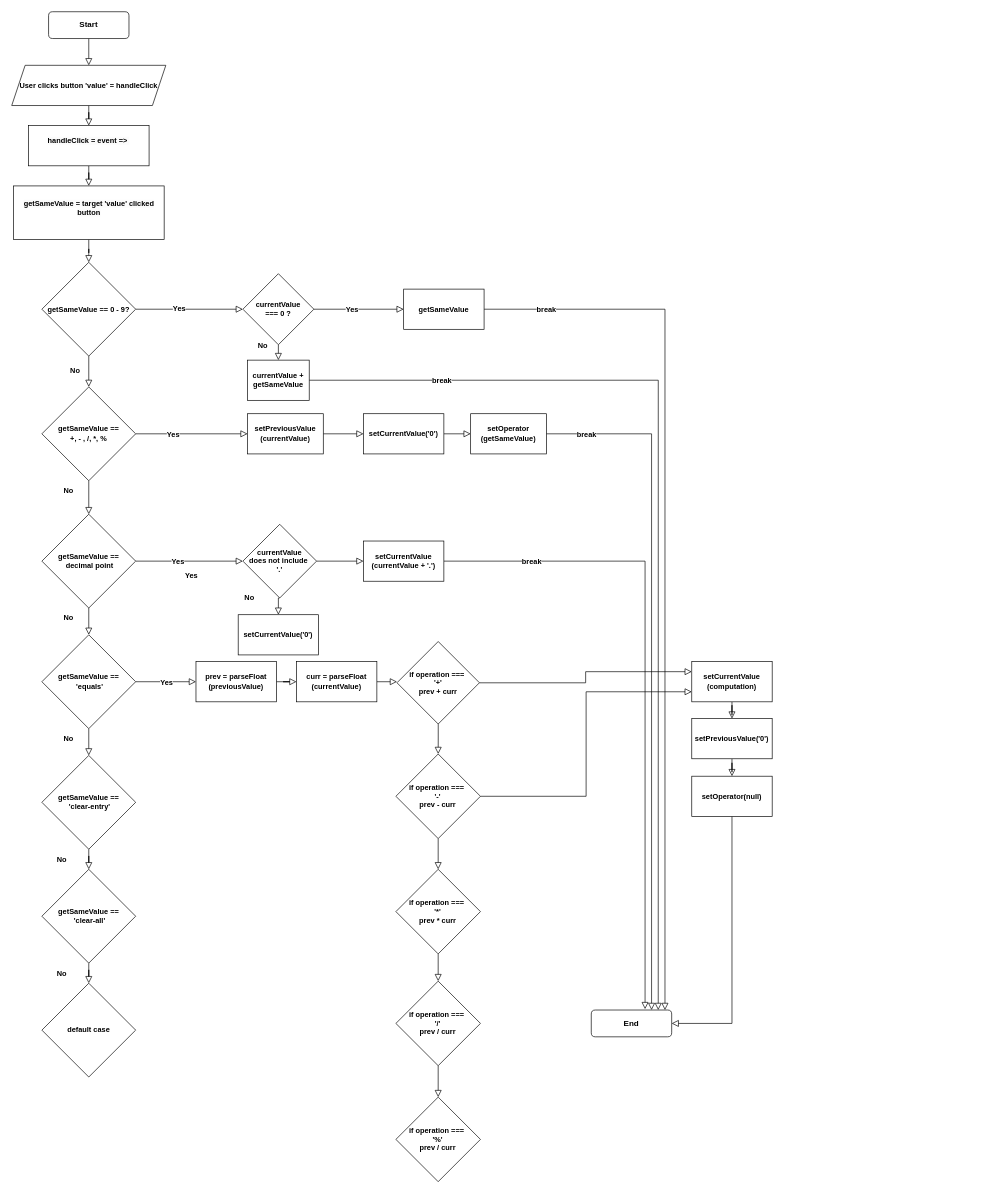
This is react-calc-logic.drawio from d31a/react-calculator, a draw.io file, before an edit. Source tidied: cells renumbered, new cells numbered last; positions are measured from the earlier drawing's top-left corner, leaving out a move shared by most shapes. Both pictures are drawn from the tidied source at 67%, with x=0, y=0 at pixel (11, 11).
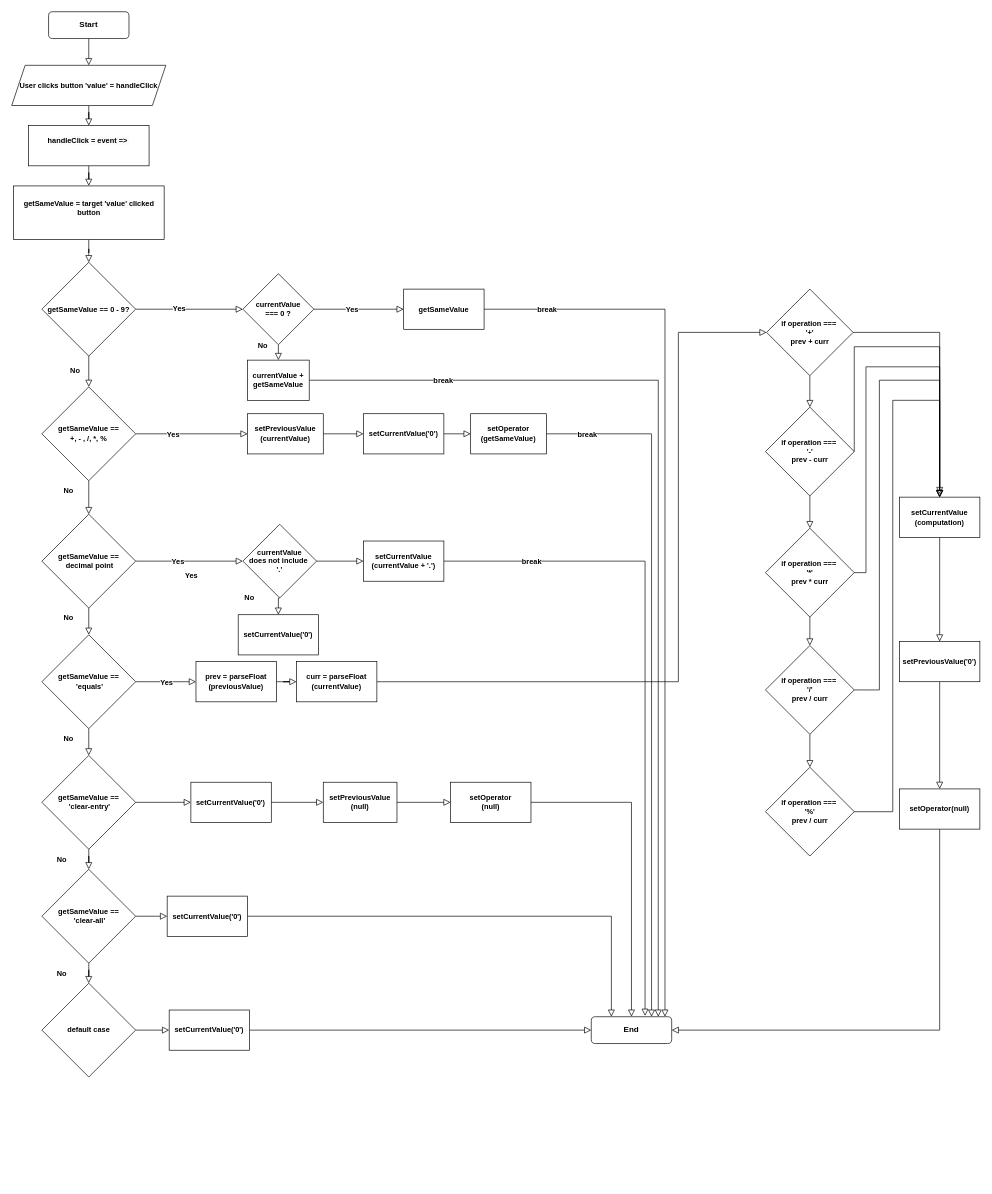
The same page after the edit.

Unchanged cells that the change refers to:
```xml
<mxCell id="25" value="getSameValue ==&lt;br&gt;&amp;nbsp;'clear-all'" style="rhombus;whiteSpace=wrap;html=1;fontFamily=Helvetica;fontSize=11;fontColor=default;fontStyle=1;" parent="1" vertex="1">
  <mxGeometry x="45" y="1280" width="140" height="140" as="geometry" />
</mxCell>
<mxCell id="27" value="getSameValue ==&lt;br&gt;&amp;nbsp;'clear-entry'" style="rhombus;whiteSpace=wrap;html=1;fontFamily=Helvetica;fontSize=11;fontColor=default;fontStyle=1;" parent="1" vertex="1">
  <mxGeometry x="45" y="1110" width="140" height="140" as="geometry" />
</mxCell>
<mxCell id="30" value="default case" style="rhombus;whiteSpace=wrap;html=1;fontFamily=Helvetica;fontSize=11;fontColor=default;fontStyle=1;" parent="1" vertex="1">
  <mxGeometry x="45" y="1450" width="140" height="140" as="geometry" />
</mxCell>
<mxCell id="68" value="curr = parseFloat&lt;br&gt;(currentValue)" style="rounded=0;whiteSpace=wrap;html=1;fontFamily=Helvetica;fontSize=11;fontColor=default;fontStyle=1;" parent="1" vertex="1">
  <mxGeometry x="425" y="970" width="120" height="60" as="geometry" />
</mxCell>
```

Change to the diagram source:
```diff
@@
     <mxCell id="4" value="End" style="rounded=1;whiteSpace=wrap;html=1;fontSize=12;glass=0;strokeWidth=1;shadow=0;fontStyle=1;" parent="1" vertex="1">
-      <mxGeometry x="865" y="1490" width="120" height="40" as="geometry" />
+      <mxGeometry x="865" y="1500" width="120" height="40" as="geometry" />
     </mxCell>
@@
+    <mxCell id="86" style="edgeStyle=orthogonalEdgeStyle;shape=connector;rounded=0;jettySize=auto;html=1;shadow=0;labelBackgroundColor=none;strokeColor=default;strokeWidth=1;fontFamily=Helvetica;fontSize=11;fontColor=default;endArrow=block;endFill=0;endSize=8;" parent="1" edge="1" source="25" target="100">
+      <mxGeometry relative="1" as="geometry" />
+    </mxCell>
@@
+    <mxCell id="87" style="edgeStyle=orthogonalEdgeStyle;shape=connector;rounded=0;jettySize=auto;html=1;shadow=0;labelBackgroundColor=none;strokeColor=default;strokeWidth=1;fontFamily=Helvetica;fontSize=11;fontColor=default;endArrow=block;endFill=0;endSize=8;entryX=0;entryY=0.5;entryDx=0;entryDy=0;" parent="1" edge="1" source="27" target="94">
+      <mxGeometry relative="1" as="geometry" />
+    </mxCell>
@@
+    <mxCell id="88" style="edgeStyle=orthogonalEdgeStyle;shape=connector;rounded=0;jettySize=auto;html=1;shadow=0;labelBackgroundColor=none;strokeColor=default;strokeWidth=1;fontFamily=Helvetica;fontSize=11;fontColor=default;endArrow=block;endFill=0;endSize=8;" parent="1" edge="1" source="30" target="102">
+      <mxGeometry relative="1" as="geometry" />
+    </mxCell>
@@
-    <mxCell id="67" style="edgeStyle=orthogonalEdgeStyle;shape=connector;rounded=0;jettySize=auto;html=1;entryX=0;entryY=0.5;entryDx=0;entryDy=0;shadow=0;labelBackgroundColor=none;strokeColor=default;strokeWidth=1;fontFamily=Helvetica;fontSize=11;fontColor=default;endArrow=block;endFill=0;endSize=8;" parent="1" edge="1" source="68">
+    <mxCell id="67" style="edgeStyle=orthogonalEdgeStyle;shape=connector;rounded=0;jettySize=auto;html=1;entryX=0;entryY=0.5;entryDx=0;entryDy=0;shadow=0;labelBackgroundColor=none;strokeColor=default;strokeWidth=1;fontFamily=Helvetica;fontSize=11;fontColor=default;endArrow=block;endFill=0;endSize=8;" parent="1" edge="1" source="68" target="71">
       <mxGeometry relative="1" as="geometry">
-        <mxPoint x="575" y="1000" as="targetPoint" />
+        <Array as="points">
+          <mxPoint x="995" y="1000" />
+          <mxPoint x="995" y="479" />
+        </Array>
       </mxGeometry>
     </mxCell>
@@
-    <mxCell id="69" style="edgeStyle=orthogonalEdgeStyle;shape=connector;rounded=0;jettySize=auto;html=1;shadow=0;labelBackgroundColor=none;strokeColor=default;strokeWidth=1;fontFamily=Helvetica;fontSize=11;fontColor=default;endArrow=block;endFill=0;endSize=8;entryX=0;entryY=0.25;entryDx=0;entryDy=0;" parent="1" edge="1" source="71" target="73">
-      <mxGeometry relative="1" as="geometry" />
-    </mxCell>
-    <mxCell id="70" style="edgeStyle=orthogonalEdgeStyle;shape=connector;rounded=0;jettySize=auto;html=1;shadow=0;labelBackgroundColor=none;strokeColor=default;strokeWidth=1;fontFamily=Helvetica;fontSize=11;fontColor=default;endArrow=block;endFill=0;endSize=8;" parent="1" edge="1" source="71" target="80">
-      <mxGeometry relative="1" as="geometry" />
-    </mxCell>
-    <mxCell id="71" value="if operation ===&amp;nbsp;&lt;br&gt;'+'&lt;br&gt;prev +&amp;nbsp;curr" style="rhombus;whiteSpace=wrap;html=1;fontFamily=Helvetica;fontSize=11;fontColor=default;fontStyle=1;" parent="1" vertex="1">
-      <mxGeometry x="575" y="940" width="123.1" height="123.1" as="geometry" />
-    </mxCell>
@@
     <mxCell id="73" value="setCurrentValue&lt;br&gt;(computation)" style="whiteSpace=wrap;html=1;fontSize=11;fontStyle=1;" parent="1" vertex="1">
-      <mxGeometry x="1015" y="970" width="120" height="60" as="geometry" />
+      <mxGeometry x="1325" y="724.5" width="120" height="60" as="geometry" />
     </mxCell>
@@
     <mxCell id="75" value="setPreviousValue('0')" style="whiteSpace=wrap;html=1;fontSize=11;fontStyle=1;" parent="1" vertex="1">
-      <mxGeometry x="1015" y="1055" width="120" height="60" as="geometry" />
+      <mxGeometry x="1325" y="940" width="120" height="60" as="geometry" />
     </mxCell>
-    <mxCell id="76" style="edgeStyle=orthogonalEdgeStyle;shape=connector;rounded=0;jettySize=auto;html=1;entryX=1;entryY=0.5;entryDx=0;entryDy=0;shadow=0;labelBackgroundColor=none;strokeColor=default;strokeWidth=1;fontFamily=Helvetica;fontSize=11;fontColor=default;endArrow=block;endFill=0;endSize=8;exitX=0.5;exitY=1;exitDx=0;exitDy=0;" parent="1" edge="1" source="77" target="4">
-      <mxGeometry relative="1" as="geometry" />
+    <mxCell id="76" style="edgeStyle=orthogonalEdgeStyle;shape=connector;rounded=0;jettySize=auto;html=1;shadow=0;labelBackgroundColor=none;strokeColor=default;strokeWidth=1;fontFamily=Helvetica;fontSize=11;fontColor=default;endArrow=block;endFill=0;endSize=8;entryX=1;entryY=0.5;entryDx=0;entryDy=0;" parent="1" edge="1" source="77" target="4">
+      <mxGeometry relative="1" as="geometry">
+        <Array as="points">
+          <mxPoint x="1385" y="1520" />
+        </Array>
+      </mxGeometry>
     </mxCell>
     <mxCell id="77" value="setOperator(null)" style="whiteSpace=wrap;html=1;fontSize=11;fontStyle=1;" parent="1" vertex="1">
-      <mxGeometry x="1015" y="1141" width="120" height="60" as="geometry" />
+      <mxGeometry x="1325" y="1160" width="120" height="60" as="geometry" />
     </mxCell>
+    <mxCell id="89" style="group;" parent="1" vertex="1">
+      <mxGeometry x="1125" y="414" width="132.5" height="846.2" as="geometry" />
+    </mxCell>
+    <mxCell id="71" value="if operation ===&amp;nbsp;&lt;br&gt;'+'&lt;br&gt;prev +&amp;nbsp;curr" style="rhombus;whiteSpace=wrap;html=1;fontFamily=Helvetica;fontSize=11;fontColor=default;fontStyle=1;" parent="89" vertex="1">
+      <mxGeometry x="1.6" width="129.2" height="129.2" as="geometry" />
+    </mxCell>
+    <mxCell id="80" value="if operation ===&amp;nbsp;&lt;br&gt;'-'&lt;br&gt;prev - curr" style="rhombus;whiteSpace=wrap;html=1;fontFamily=Helvetica;fontSize=11;fontColor=default;fontStyle=1;" parent="89" vertex="1">
+      <mxGeometry y="176.2" width="132.5" height="132.5" as="geometry" />
+    </mxCell>
+    <mxCell id="70" style="edgeStyle=orthogonalEdgeStyle;shape=connector;rounded=0;jettySize=auto;html=1;shadow=0;labelBackgroundColor=none;strokeColor=default;strokeWidth=1;fontFamily=Helvetica;fontSize=11;fontColor=default;endArrow=block;endFill=0;endSize=8;" parent="89" edge="1" source="71" target="80">
+      <mxGeometry relative="1" as="geometry" />
+    </mxCell>
+    <mxCell id="82" value="if operation ===&amp;nbsp;&lt;br&gt;'*'&lt;br&gt;prev * curr" style="rhombus;whiteSpace=wrap;html=1;fontFamily=Helvetica;fontSize=11;fontColor=default;fontStyle=1;" parent="89" vertex="1">
+      <mxGeometry y="356.9" width="132.5" height="132.5" as="geometry" />
+    </mxCell>
+    <mxCell id="79" style="edgeStyle=orthogonalEdgeStyle;shape=connector;rounded=0;jettySize=auto;html=1;shadow=0;labelBackgroundColor=none;strokeColor=default;strokeWidth=1;fontFamily=Helvetica;fontSize=11;fontColor=default;endArrow=block;endFill=0;endSize=8;" parent="89" edge="1" source="80" target="82">
+      <mxGeometry relative="1" as="geometry" />
+    </mxCell>
+    <mxCell id="84" value="if operation ===&amp;nbsp;&lt;br&gt;'/'&lt;br&gt;prev / curr" style="rhombus;whiteSpace=wrap;html=1;fontFamily=Helvetica;fontSize=11;fontColor=default;fontStyle=1;" parent="89" vertex="1">
+      <mxGeometry y="532" width="132.5" height="132.5" as="geometry" />
+    </mxCell>
+    <mxCell id="81" style="edgeStyle=orthogonalEdgeStyle;shape=connector;rounded=0;jettySize=auto;html=1;shadow=0;labelBackgroundColor=none;strokeColor=default;strokeWidth=1;fontFamily=Helvetica;fontSize=11;fontColor=default;endArrow=block;endFill=0;endSize=8;" parent="89" edge="1" source="82" target="84">
+      <mxGeometry relative="1" as="geometry" />
+    </mxCell>
+    <mxCell id="85" value="if operation ===&amp;nbsp;&lt;br&gt;'%'&lt;br&gt;prev / curr" style="rhombus;whiteSpace=wrap;html=1;fontFamily=Helvetica;fontSize=11;fontColor=default;fontStyle=1;" parent="89" vertex="1">
+      <mxGeometry y="713.7" width="132.5" height="132.5" as="geometry" />
+    </mxCell>
+    <mxCell id="83" style="edgeStyle=orthogonalEdgeStyle;shape=connector;rounded=0;jettySize=auto;html=1;shadow=0;labelBackgroundColor=none;strokeColor=default;strokeWidth=1;fontFamily=Helvetica;fontSize=11;fontColor=default;endArrow=block;endFill=0;endSize=8;" parent="89" edge="1" source="84" target="85">
+      <mxGeometry relative="1" as="geometry" />
+    </mxCell>
+    <mxCell id="69" style="edgeStyle=orthogonalEdgeStyle;shape=connector;rounded=0;jettySize=auto;html=1;exitX=1;exitY=0.5;exitDx=0;exitDy=0;entryX=0.5;entryY=0;entryDx=0;entryDy=0;shadow=0;labelBackgroundColor=none;strokeColor=default;strokeWidth=1;fontFamily=Helvetica;fontSize=11;fontColor=default;endArrow=block;endFill=0;endSize=8;" parent="1" edge="1" source="71" target="73">
+      <mxGeometry relative="1" as="geometry" />
+    </mxCell>
-    <mxCell id="78" style="edgeStyle=orthogonalEdgeStyle;shape=connector;rounded=0;jettySize=auto;html=1;entryX=0;entryY=0.75;entryDx=0;entryDy=0;shadow=0;labelBackgroundColor=none;strokeColor=default;strokeWidth=1;fontFamily=Helvetica;fontSize=11;fontColor=default;endArrow=block;endFill=0;endSize=8;" parent="1" edge="1" source="80" target="73">
-      <mxGeometry relative="1" as="geometry" />
+    <mxCell id="78" style="edgeStyle=orthogonalEdgeStyle;shape=connector;rounded=0;jettySize=auto;html=1;exitX=1;exitY=0.5;exitDx=0;exitDy=0;shadow=0;labelBackgroundColor=none;strokeColor=default;strokeWidth=1;fontFamily=Helvetica;fontSize=11;fontColor=default;endArrow=block;endFill=0;endSize=8;" parent="1" edge="1" source="80" target="73">
+      <mxGeometry x="-0.05" y="70" relative="1" as="geometry">
+        <Array as="points">
+          <mxPoint x="1257" y="500" />
+          <mxPoint x="1385" y="500" />
+        </Array>
+      </mxGeometry>
     </mxCell>
-    <mxCell id="79" style="edgeStyle=orthogonalEdgeStyle;shape=connector;rounded=0;jettySize=auto;html=1;shadow=0;labelBackgroundColor=none;strokeColor=default;strokeWidth=1;fontFamily=Helvetica;fontSize=11;fontColor=default;endArrow=block;endFill=0;endSize=8;" parent="1" edge="1" source="80" target="82">
-      <mxGeometry relative="1" as="geometry" />
-    </mxCell>
-    <mxCell id="80" value="if operation ===&amp;nbsp;&lt;br&gt;'-'&lt;br&gt;prev - curr" style="rhombus;whiteSpace=wrap;html=1;fontFamily=Helvetica;fontSize=11;fontColor=default;fontStyle=1;" parent="1" vertex="1">
-      <mxGeometry x="573.4" y="1107.9" width="126.2" height="126.2" as="geometry" />
-    </mxCell>
-    <mxCell id="81" style="edgeStyle=orthogonalEdgeStyle;shape=connector;rounded=0;jettySize=auto;html=1;shadow=0;labelBackgroundColor=none;strokeColor=default;strokeWidth=1;fontFamily=Helvetica;fontSize=11;fontColor=default;endArrow=block;endFill=0;endSize=8;" parent="1" edge="1" source="82" target="84">
-      <mxGeometry relative="1" as="geometry" />
-    </mxCell>
-    <mxCell id="82" value="if operation ===&amp;nbsp;&lt;br&gt;'*'&lt;br&gt;prev * curr" style="rhombus;whiteSpace=wrap;html=1;fontFamily=Helvetica;fontSize=11;fontColor=default;fontStyle=1;" parent="1" vertex="1">
-      <mxGeometry x="573.4" y="1280" width="126.2" height="126.2" as="geometry" />
-    </mxCell>
-    <mxCell id="83" style="edgeStyle=orthogonalEdgeStyle;shape=connector;rounded=0;jettySize=auto;html=1;shadow=0;labelBackgroundColor=none;strokeColor=default;strokeWidth=1;fontFamily=Helvetica;fontSize=11;fontColor=default;endArrow=block;endFill=0;endSize=8;" parent="1" edge="1" source="84" target="85">
-      <mxGeometry relative="1" as="geometry" />
-    </mxCell>
-    <mxCell id="84" value="if operation ===&amp;nbsp;&lt;br&gt;'/'&lt;br&gt;prev / curr" style="rhombus;whiteSpace=wrap;html=1;fontFamily=Helvetica;fontSize=11;fontColor=default;fontStyle=1;" parent="1" vertex="1">
-      <mxGeometry x="573.4" y="1446.9" width="126.2" height="126.2" as="geometry" />
-    </mxCell>
-    <mxCell id="85" value="if operation ===&amp;nbsp;&lt;br&gt;'%'&lt;br&gt;prev / curr" style="rhombus;whiteSpace=wrap;html=1;fontFamily=Helvetica;fontSize=11;fontColor=default;fontStyle=1;" parent="1" vertex="1">
-      <mxGeometry x="573.4" y="1620" width="126.2" height="126.2" as="geometry" />
-    </mxCell>
+    <mxCell id="90" style="edgeStyle=orthogonalEdgeStyle;shape=connector;rounded=0;jettySize=auto;html=1;entryX=0.5;entryY=0;entryDx=0;entryDy=0;shadow=0;labelBackgroundColor=none;strokeColor=default;strokeWidth=1;fontFamily=Helvetica;fontSize=11;fontColor=default;endArrow=block;endFill=0;endSize=8;" parent="1" edge="1" source="82" target="73">
+      <mxGeometry relative="1" as="geometry">
+        <Array as="points">
+          <mxPoint x="1275" y="837" />
+          <mxPoint x="1275" y="530" />
+          <mxPoint x="1385" y="530" />
+        </Array>
+      </mxGeometry>
+    </mxCell>
+    <mxCell id="91" style="edgeStyle=orthogonalEdgeStyle;shape=connector;rounded=0;jettySize=auto;html=1;exitX=1;exitY=0.5;exitDx=0;exitDy=0;entryX=0.5;entryY=0;entryDx=0;entryDy=0;shadow=0;labelBackgroundColor=none;strokeColor=default;strokeWidth=1;fontFamily=Helvetica;fontSize=11;fontColor=default;endArrow=block;endFill=0;endSize=8;" parent="1" edge="1" source="84" target="73">
+      <mxGeometry x="0.02" y="10" relative="1" as="geometry">
+        <Array as="points">
+          <mxPoint x="1295" y="1012" />
+          <mxPoint x="1295" y="550" />
+          <mxPoint x="1385" y="550" />
+        </Array>
+        <mxPoint y="-1" as="offset" />
+      </mxGeometry>
+    </mxCell>
+    <mxCell id="92" style="edgeStyle=orthogonalEdgeStyle;shape=connector;rounded=0;jettySize=auto;html=1;shadow=0;labelBackgroundColor=none;strokeColor=default;strokeWidth=1;fontFamily=Helvetica;fontSize=11;fontColor=default;endArrow=block;endFill=0;endSize=8;" parent="1" edge="1" source="85">
+      <mxGeometry x="-0.02" y="10" relative="1" as="geometry">
+        <mxPoint x="1385" y="720" as="targetPoint" />
+        <Array as="points">
+          <mxPoint x="1315" y="1194" />
+          <mxPoint x="1315" y="580" />
+          <mxPoint x="1385" y="580" />
+        </Array>
+        <mxPoint y="1" as="offset" />
+      </mxGeometry>
+    </mxCell>
+    <mxCell id="93" style="edgeStyle=orthogonalEdgeStyle;shape=connector;rounded=0;jettySize=auto;html=1;entryX=0;entryY=0.5;entryDx=0;entryDy=0;shadow=0;labelBackgroundColor=none;strokeColor=default;strokeWidth=1;fontFamily=Helvetica;fontSize=11;fontColor=default;endArrow=block;endFill=0;endSize=8;" parent="1" edge="1" source="94" target="96">
+      <mxGeometry relative="1" as="geometry" />
+    </mxCell>
+    <mxCell id="94" value="setCurrentValue('0')" style="rounded=0;whiteSpace=wrap;html=1;fontFamily=Helvetica;fontSize=11;fontColor=default;fontStyle=1;" parent="1" vertex="1">
+      <mxGeometry x="267.4" y="1150" width="120" height="60" as="geometry" />
+    </mxCell>
+    <mxCell id="95" style="edgeStyle=orthogonalEdgeStyle;shape=connector;rounded=0;jettySize=auto;html=1;shadow=0;labelBackgroundColor=none;strokeColor=default;strokeWidth=1;fontFamily=Helvetica;fontSize=11;fontColor=default;endArrow=block;endFill=0;endSize=8;" parent="1" edge="1" source="96" target="98">
+      <mxGeometry relative="1" as="geometry" />
+    </mxCell>
+    <mxCell id="96" value="setPreviousValue&lt;br&gt;(null)" style="rounded=0;whiteSpace=wrap;html=1;fontFamily=Helvetica;fontSize=11;fontColor=default;fontStyle=1;" parent="1" vertex="1">
+      <mxGeometry x="465" y="1150" width="110" height="60" as="geometry" />
+    </mxCell>
+    <mxCell id="97" style="edgeStyle=orthogonalEdgeStyle;shape=connector;rounded=0;jettySize=auto;html=1;entryX=0.5;entryY=0;entryDx=0;entryDy=0;shadow=0;labelBackgroundColor=none;strokeColor=default;strokeWidth=1;fontFamily=Helvetica;fontSize=11;fontColor=default;endArrow=block;endFill=0;endSize=8;" parent="1" edge="1" source="98" target="4">
+      <mxGeometry relative="1" as="geometry" />
+    </mxCell>
+    <mxCell id="98" value="setOperator&lt;br&gt;(null)" style="rounded=0;whiteSpace=wrap;html=1;fontFamily=Helvetica;fontSize=11;fontColor=default;fontStyle=1;" parent="1" vertex="1">
+      <mxGeometry x="655" y="1150" width="120" height="60" as="geometry" />
+    </mxCell>
+    <mxCell id="99" style="edgeStyle=orthogonalEdgeStyle;shape=connector;rounded=0;jettySize=auto;html=1;entryX=0.25;entryY=0;entryDx=0;entryDy=0;shadow=0;labelBackgroundColor=none;strokeColor=default;strokeWidth=1;fontFamily=Helvetica;fontSize=11;fontColor=default;endArrow=block;endFill=0;endSize=8;" parent="1" edge="1" source="100" target="4">
+      <mxGeometry relative="1" as="geometry" />
+    </mxCell>
+    <mxCell id="100" value="setCurrentValue('0')" style="rounded=0;whiteSpace=wrap;html=1;fontFamily=Helvetica;fontSize=11;fontColor=default;fontStyle=1;" parent="1" vertex="1">
+      <mxGeometry x="232" y="1320" width="120" height="60" as="geometry" />
+    </mxCell>
+    <mxCell id="101" style="edgeStyle=orthogonalEdgeStyle;shape=connector;rounded=0;jettySize=auto;html=1;shadow=0;labelBackgroundColor=none;strokeColor=default;strokeWidth=1;fontFamily=Helvetica;fontSize=11;fontColor=default;endArrow=block;endFill=0;endSize=8;" parent="1" edge="1" source="102" target="4">
+      <mxGeometry relative="1" as="geometry" />
+    </mxCell>
+    <mxCell id="102" value="setCurrentValue('0')" style="rounded=0;whiteSpace=wrap;html=1;fontFamily=Helvetica;fontSize=11;fontColor=default;fontStyle=1;" parent="1" vertex="1">
+      <mxGeometry x="235" y="1490" width="120" height="60" as="geometry" />
+    </mxCell>
```
